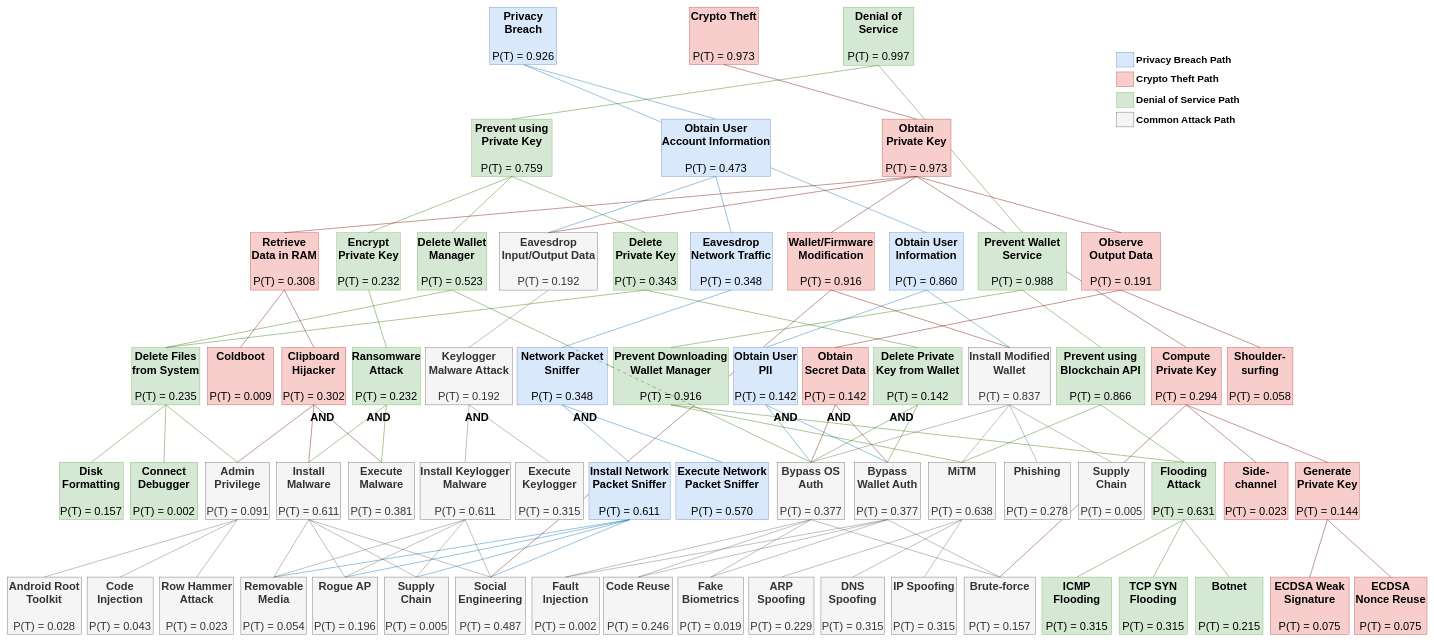
The draw.io diagram page "fta-new" (18 of 19) of assets/crypto-wallets.drawio in xujiahuayz/crypto-wallets, before the edit. Source tidied: cells renumbered, new cells numbered last; positions are measured from the earlier drawing's top-left corner, leaving out a move shared by most shapes. Both pictures are drawn from the tidied source at 41%, with x=0, y=0 at pixel (7, 7).
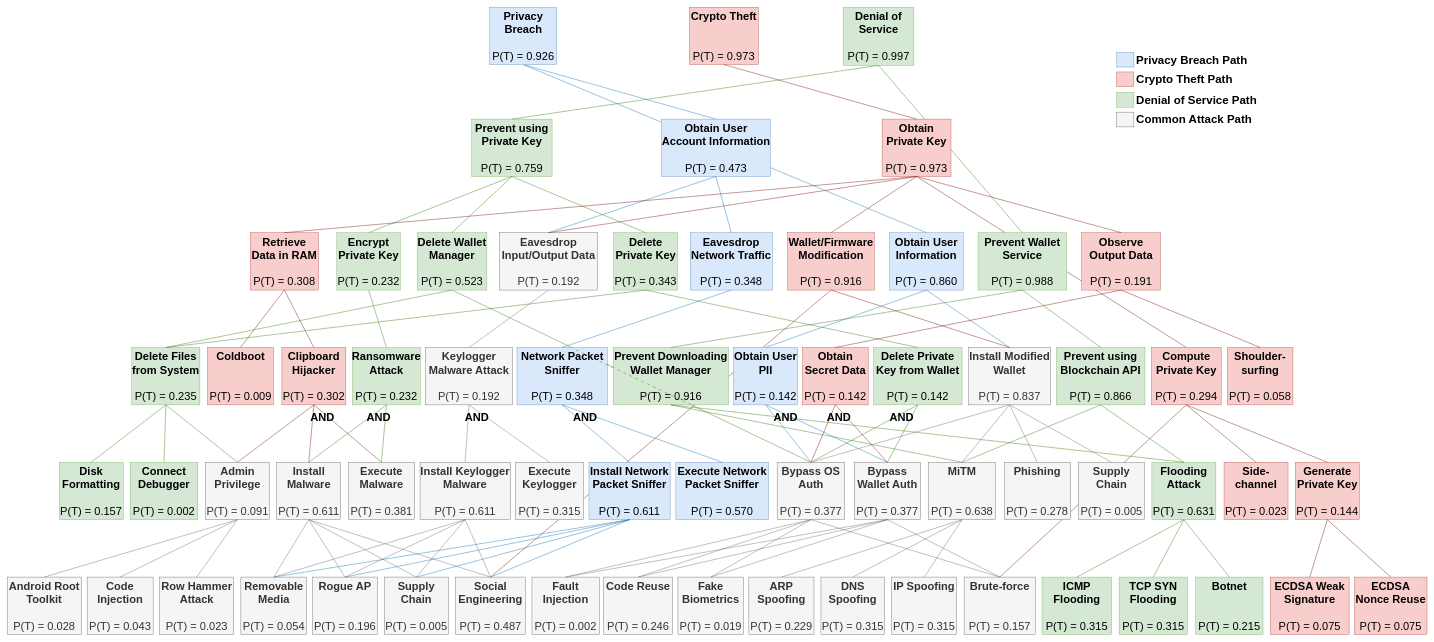
The same diagram, later.

Change to the diagram source:
```diff
@@
-    <mxCell id="76" value="&lt;font style=&quot;font-size: 24px;&quot;&gt;Privacy Breach Path&lt;/font&gt;" style="text;html=1;strokeColor=none;fillColor=none;align=left;verticalAlign=middle;whiteSpace=wrap;rounded=0;fontSize=24;fontStyle=1;" parent="1" vertex="1">
-      <mxGeometry x="2752" y="113" width="250" height="30" as="geometry" />
+    <mxCell id="76" value="&lt;font style=&quot;font-size: 28px;&quot;&gt;Privacy Breach Path&lt;/font&gt;" style="text;html=1;strokeColor=none;fillColor=none;align=left;verticalAlign=middle;whiteSpace=wrap;rounded=0;fontSize=28;fontStyle=1;" parent="1" vertex="1">
+      <mxGeometry x="2752" y="113" width="284" height="30" as="geometry" />
     </mxCell>
@@
-    <mxCell id="78" value="&lt;font style=&quot;font-size: 24px;&quot;&gt;Crypto Theft Path&lt;/font&gt;" style="text;html=1;strokeColor=none;fillColor=none;align=left;verticalAlign=middle;whiteSpace=wrap;rounded=0;fontSize=24;fontStyle=1;" parent="1" vertex="1">
-      <mxGeometry x="2752" y="161" width="220" height="30" as="geometry" />
+    <mxCell id="78" value="&lt;font style=&quot;font-size: 28px;&quot;&gt;Crypto Theft Path&lt;/font&gt;" style="text;html=1;strokeColor=none;fillColor=none;align=left;verticalAlign=middle;whiteSpace=wrap;rounded=0;fontSize=28;fontStyle=1;" parent="1" vertex="1">
+      <mxGeometry x="2752" y="161" width="244" height="30" as="geometry" />
     </mxCell>
@@
-    <mxCell id="80" value="&lt;font style=&quot;font-size: 24px;&quot;&gt;Denial of Service Path&lt;/font&gt;" style="text;html=1;strokeColor=none;fillColor=none;align=left;verticalAlign=middle;whiteSpace=wrap;rounded=0;fontSize=24;fontStyle=1;" parent="1" vertex="1">
-      <mxGeometry x="2752" y="211" width="270" height="30" as="geometry" />
+    <mxCell id="80" value="&lt;font style=&quot;font-size: 28px;&quot;&gt;Denial of Service Path&lt;/font&gt;" style="text;html=1;strokeColor=none;fillColor=none;align=left;verticalAlign=middle;whiteSpace=wrap;rounded=0;fontSize=28;fontStyle=1;" parent="1" vertex="1">
+      <mxGeometry x="2752" y="211" width="304" height="30" as="geometry" />
     </mxCell>
@@
-    <mxCell id="82" value="&lt;font style=&quot;font-size: 24px;&quot;&gt;Common Attack Path&lt;/font&gt;" style="text;html=1;strokeColor=none;fillColor=none;align=left;verticalAlign=middle;whiteSpace=wrap;rounded=0;fontSize=24;fontStyle=1;" parent="1" vertex="1">
-      <mxGeometry x="2752" y="259" width="260" height="30" as="geometry" />
+    <mxCell id="82" value="&lt;font style=&quot;font-size: 28px;&quot;&gt;Common Attack Path&lt;/font&gt;" style="text;html=1;strokeColor=none;fillColor=none;align=left;verticalAlign=middle;whiteSpace=wrap;rounded=0;fontSize=28;fontStyle=1;" parent="1" vertex="1">
+      <mxGeometry x="2752" y="259" width="304" height="30" as="geometry" />
     </mxCell>
```
